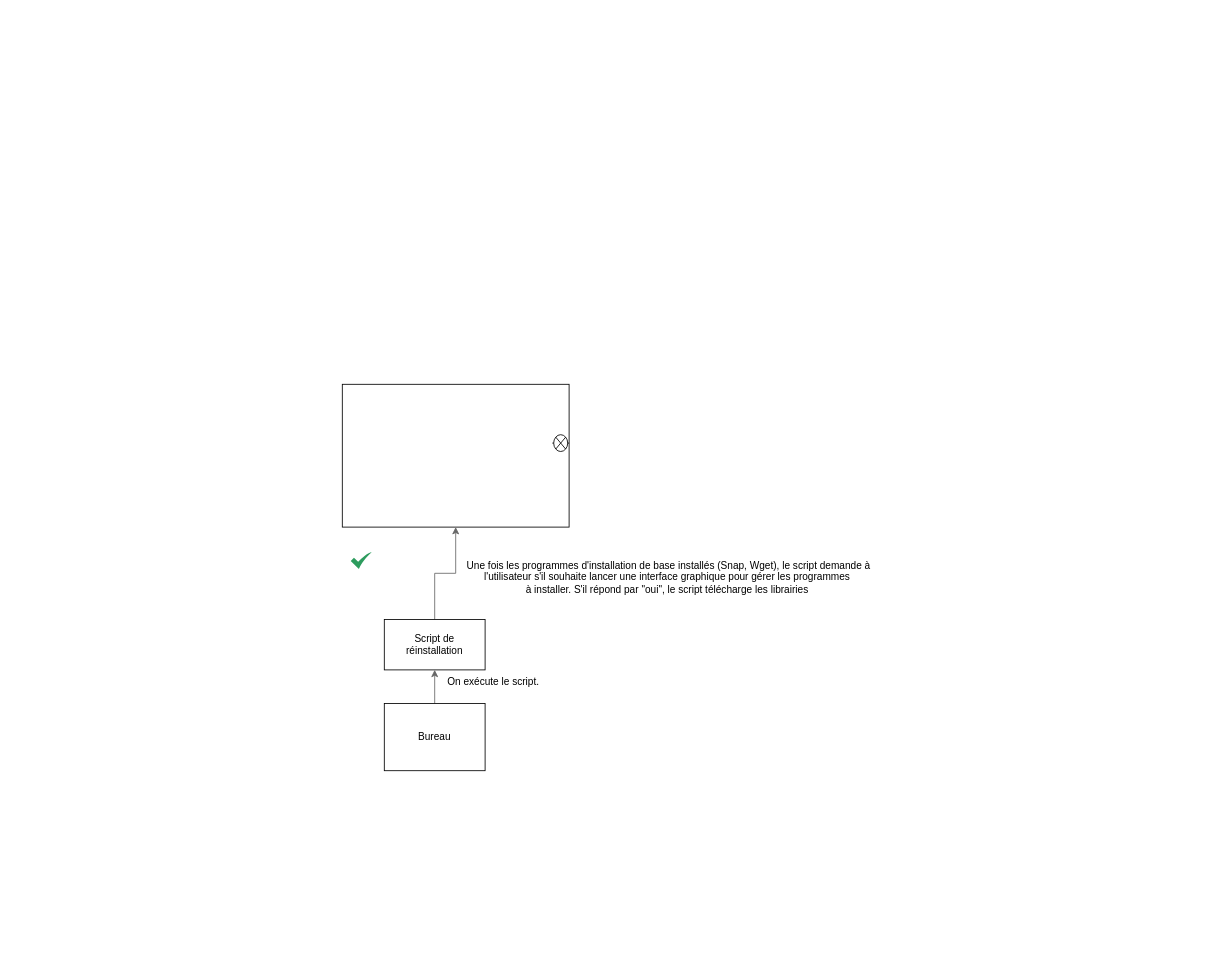
Before: GUI/Interface graphique.drawio in DimitriObeid/Linux-reinstall, a draw.io diagram. Source tidied: cells renumbered, new cells numbered last; positions are measured from the earlier drawing's top-left corner, leaving out a move shared by most shapes. Both pictures are drawn from the tidied source at 84%, with x=0, y=0 at pixel (342, 384).
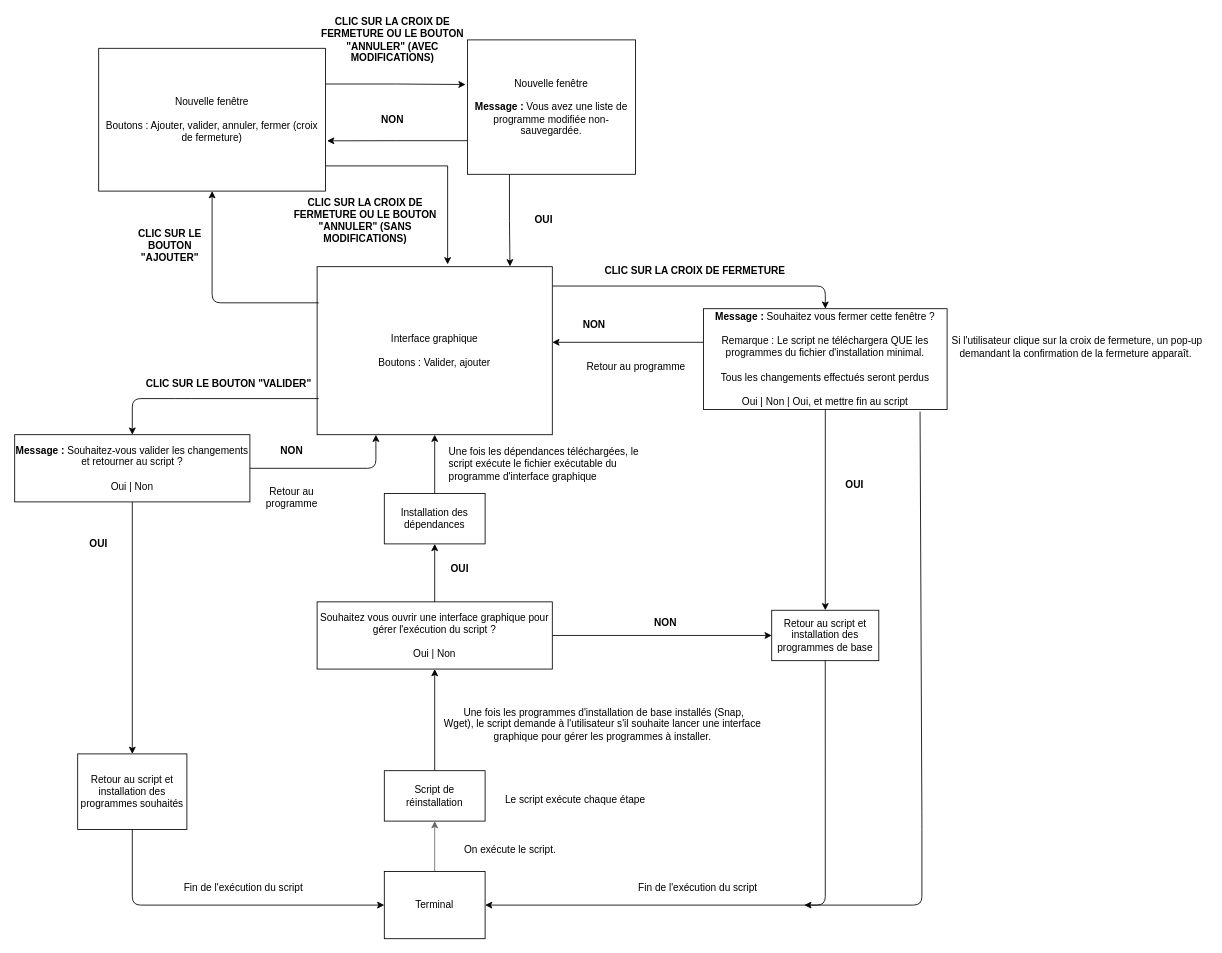
The same diagram, later.

Commit message:
Grosse avancée dans le dessin du schéma de l'interface graphique

Diff of the diagram source:
```diff
@@
-    <mxCell id="3" value="Bureau" style="rounded=0;whiteSpace=wrap;html=1;" parent="1" vertex="1">
-      <mxGeometry x="50" y="380" width="120" height="80" as="geometry" />
+    <mxCell id="3" value="Terminal" style="rounded=0;whiteSpace=wrap;html=1;" parent="1" vertex="1">
+      <mxGeometry x="50" y="580" width="120" height="80" as="geometry" />
     </mxCell>
-    <mxCell id="4" style="edgeStyle=orthogonalEdgeStyle;rounded=0;jettySize=auto;html=1;fillColor=#f5f5f5;strokeColor=#666666;" parent="1" edge="1" source="5" target="6">
-      <mxGeometry relative="1" as="geometry" />
-    </mxCell>
+    <mxCell id="11" style="edgeStyle=orthogonalEdgeStyle;rounded=0;jettySize=auto;html=1;" parent="1" edge="1" source="5" target="13">
+      <mxGeometry relative="1" as="geometry" />
+    </mxCell>
     <mxCell id="5" value="Script de réinstallation" style="rounded=0;whiteSpace=wrap;html=1;" parent="1" vertex="1">
-      <mxGeometry x="50" y="280" width="120" height="60" as="geometry" />
+      <mxGeometry x="50" y="460" width="120" height="60" as="geometry" />
     </mxCell>
+    <mxCell id="12" style="edgeStyle=orthogonalEdgeStyle;rounded=0;jettySize=auto;html=1;entryX=0;entryY=0.5;entryDx=0;entryDy=0;" parent="1" edge="1" source="13" target="21">
+      <mxGeometry relative="1" as="geometry" />
+    </mxCell>
+    <mxCell id="13" value="Souhaitez vous ouvrir une interface graphique pour gérer l'exécution du script ?&lt;br&gt;&lt;br&gt;Oui | Non" style="rounded=0;whiteSpace=wrap;html=1;" parent="1" vertex="1">
+      <mxGeometry x="-30" y="259" width="280" height="80" as="geometry" />
+    </mxCell>
+    <mxCell id="14" style="edgeStyle=orthogonalEdgeStyle;rounded=0;jettySize=auto;html=1;" parent="1" edge="1" source="15" target="6">
+      <mxGeometry relative="1" as="geometry" />
+    </mxCell>
+    <mxCell id="15" value="Installation des dépendances" style="rounded=0;whiteSpace=wrap;html=1;" parent="1" vertex="1">
+      <mxGeometry x="50" y="130" width="120" height="60" as="geometry" />
+    </mxCell>
-    <mxCell id="6" style="rounded=0;whiteSpace=wrap;html=1;" parent="1" vertex="1">
-      <mxGeometry width="270" height="170" as="geometry" />
+    <mxCell id="6" value="Interface graphique&lt;br&gt;&lt;br&gt;Boutons : Valider, ajouter" style="rounded=0;whiteSpace=wrap;html=1;align=center;" parent="1" vertex="1">
+      <mxGeometry x="-30" y="-140" width="280" height="200" as="geometry" />
     </mxCell>
-    <mxCell id="7" style="html=1;strokeColor=none;shadow=0;align=center;verticalAlign=top;fillColor=#2D9C5E;shape=mxgraph.gcp2.check;" parent="1" vertex="1">
-      <mxGeometry x="10" y="200" width="25" height="20" as="geometry" />
-    </mxCell>
-    <mxCell id="8" style="verticalLabelPosition=bottom;shadow=0;dashed=0;align=center;html=1;verticalAlign=top;shape=mxgraph.electrical.miscellaneous.light_bulb;" parent="1" vertex="1">
-      <mxGeometry x="250" y="60" width="20" height="20" as="geometry" />
-    </mxCell>
     <mxCell id="9" value="On exécute le script." style="text;strokeColor=none;fillColor=none;align=center;verticalAlign=middle;whiteSpace=wrap;rounded=0;html=1;" parent="1" vertex="1">
-      <mxGeometry x="120" y="340" width="120" height="30" as="geometry" />
+      <mxGeometry x="140" y="540" width="120" height="30" as="geometry" />
     </mxCell>
-    <mxCell id="10" value="&amp;nbsp;Une fois les programmes d'installation de base installés (Snap, Wget), le script demande à l'utilisateur s'il souhaite lancer une interface graphique pour gérer les programmes à&amp;nbsp;installer. S'il répond par &quot;oui&quot;, le script télécharge les librairies" style="text;html=1;strokeColor=none;fillColor=none;align=center;verticalAlign=middle;whiteSpace=wrap;rounded=0;" parent="1" vertex="1">
-      <mxGeometry x="142" y="190" width="490" height="80" as="geometry" />
-    </mxCell>
+    <mxCell id="16" value="Une fois les dépendances téléchargées, le script exécute le fichier exécutable du programme d'interface graphique" style="text;html=1;strokeColor=none;fillColor=none;align=left;verticalAlign=middle;whiteSpace=wrap;rounded=0;" parent="1" vertex="1">
+      <mxGeometry x="125" y="60" width="240" height="70" as="geometry" />
+    </mxCell>
+    <mxCell id="17" value="Si l'utilisateur clique sur la croix de fermeture, un pop-up demandant la confirmation de la fermeture apparaît.&amp;nbsp;" style="text;html=1;strokeColor=none;fillColor=none;align=center;verticalAlign=middle;whiteSpace=wrap;rounded=0;" parent="1" vertex="1">
+      <mxGeometry x="720" y="-67" width="310" height="46.2" as="geometry" />
+    </mxCell>
+    <mxCell id="18" style="edgeStyle=orthogonalEdgeStyle;rounded=0;orthogonalLoop=1;jettySize=auto;html=1;exitX=0;exitY=0.5;exitDx=0;exitDy=0;" parent="1" edge="1">
+      <mxGeometry relative="1" as="geometry">
+        <mxPoint x="480" y="-50" as="sourcePoint" />
+        <mxPoint x="250" y="-50" as="targetPoint" />
+      </mxGeometry>
+    </mxCell>
+    <mxCell id="19" style="edgeStyle=orthogonalEdgeStyle;rounded=0;jettySize=auto;html=1;" parent="1" edge="1" source="20" target="21">
+      <mxGeometry relative="1" as="geometry" />
+    </mxCell>
+    <mxCell id="20" value="&lt;b&gt;Message :&lt;/b&gt; Souhaitez vous fermer cette fenêtre ?&lt;br&gt;&lt;br&gt;Remarque : Le script ne téléchargera QUE les programmes du fichier d'installation minimal.&lt;br&gt;&lt;br&gt;Tous les changements effectués seront perdus&lt;br&gt;&lt;br&gt;&lt;div&gt;Oui | Non | Oui, et mettre fin au script&lt;/div&gt;" style="rounded=0;whiteSpace=wrap;html=1;" parent="1" vertex="1">
+      <mxGeometry x="430" y="-90" width="290" height="120" as="geometry" />
+    </mxCell>
+    <mxCell id="21" value="Retour au script et installation des programmes de base" style="rounded=0;whiteSpace=wrap;html=1;" parent="1" vertex="1">
+      <mxGeometry x="511.2" y="269" width="127.5" height="60" as="geometry" />
+    </mxCell>
+    <mxCell id="22" style="endArrow=classic;html=1;entryX=0.5;entryY=0;entryDx=0;entryDy=0;exitX=1.001;exitY=0.115;exitDx=0;exitDy=0;exitPerimeter=0;" parent="1" edge="1" source="6" target="20">
+      <mxGeometry relative="1" as="geometry">
+        <Array as="points">
+          <mxPoint x="575" y="-117" />
+        </Array>
+      </mxGeometry>
+    </mxCell>
+    <mxCell id="23" value="&lt;b&gt;NON&lt;/b&gt;" style="text;html=1;strokeColor=none;fillColor=none;align=center;verticalAlign=middle;whiteSpace=wrap;rounded=0;" parent="1" vertex="1">
+      <mxGeometry x="280" y="-80" width="40" height="20" as="geometry" />
+    </mxCell>
+    <mxCell id="24" value="Retour au programme" style="text;html=1;strokeColor=none;fillColor=none;align=center;verticalAlign=middle;whiteSpace=wrap;rounded=0;" parent="1" vertex="1">
+      <mxGeometry x="290" y="-30" width="120" height="20" as="geometry" />
+    </mxCell>
+    <mxCell id="25" style="endArrow=classic;html=1;exitX=0.5;exitY=1;exitDx=0;exitDy=0;entryX=1;entryY=0.5;entryDx=0;entryDy=0;" parent="1" edge="1" source="21" target="3">
+      <mxGeometry relative="1" as="geometry">
+        <Array as="points">
+          <mxPoint x="575" y="620" />
+        </Array>
+      </mxGeometry>
+    </mxCell>
+    <mxCell id="26" style="endArrow=classic;html=1;entryX=0.5;entryY=1;entryDx=0;entryDy=0;exitX=0.5;exitY=0;exitDx=0;exitDy=0;" parent="1" edge="1" source="13" target="15">
+      <mxGeometry relative="1" as="geometry" />
+    </mxCell>
+    <mxCell id="27" value="&lt;div&gt;&lt;span&gt;&amp;nbsp;Une fois les programmes d'installation de base installés (Snap, Wget),&amp;nbsp;&lt;/span&gt;&lt;span&gt;le script demande à l'utilisateur s'il souhaite lancer une interface graphique pour gérer les programmes à&amp;nbsp;installer.&lt;/span&gt;&lt;/div&gt;" style="text;html=1;strokeColor=none;fillColor=none;align=center;verticalAlign=middle;whiteSpace=wrap;rounded=0;" parent="1" vertex="1">
+      <mxGeometry x="120" y="354.9" width="380" height="100" as="geometry" />
+    </mxCell>
+    <mxCell id="28" value="Le script exécute chaque étape" style="text;html=1;strokeColor=none;fillColor=none;align=center;verticalAlign=middle;whiteSpace=wrap;rounded=0;" parent="1" vertex="1">
+      <mxGeometry x="185" y="485" width="185" height="20" as="geometry" />
+    </mxCell>
+    <mxCell id="29" value="&lt;b&gt;NON&lt;/b&gt;" style="text;html=1;strokeColor=none;fillColor=none;align=center;verticalAlign=middle;whiteSpace=wrap;rounded=0;" parent="1" vertex="1">
+      <mxGeometry x="365" y="274" width="40" height="20" as="geometry" />
+    </mxCell>
+    <mxCell id="30" value="&lt;b&gt;OUI&lt;/b&gt;" style="text;html=1;strokeColor=none;fillColor=none;align=center;verticalAlign=middle;whiteSpace=wrap;rounded=0;" parent="1" vertex="1">
+      <mxGeometry x="590" y="110" width="40" height="20" as="geometry" />
+    </mxCell>
+    <mxCell id="31" value="&lt;b&gt;OUI&lt;/b&gt;" style="text;html=1;strokeColor=none;fillColor=none;align=center;verticalAlign=middle;whiteSpace=wrap;rounded=0;" parent="1" vertex="1">
+      <mxGeometry x="120" y="210" width="40" height="20" as="geometry" />
+    </mxCell>
+    <mxCell id="32" value="&lt;b&gt;CLIC SUR LA CROIX DE FERMETURE&lt;/b&gt;" style="text;html=1;strokeColor=none;fillColor=none;align=center;verticalAlign=middle;whiteSpace=wrap;rounded=0;" parent="1" vertex="1">
+      <mxGeometry x="300" y="-160" width="240" height="50" as="geometry" />
+    </mxCell>
+    <mxCell id="33" style="edgeStyle=orthogonalEdgeStyle;rounded=0;jettySize=auto;html=1;" parent="1" edge="1" source="34" target="35">
+      <mxGeometry relative="1" as="geometry" />
+    </mxCell>
+    <mxCell id="34" value="&lt;b&gt;Message :&lt;/b&gt; Souhaitez-vous valider les changements et retourner au script ?&lt;br&gt;&lt;br&gt;Oui | Non" style="rounded=0;whiteSpace=wrap;html=1;" parent="1" vertex="1">
+      <mxGeometry x="-390" y="60" width="280" height="80" as="geometry" />
+    </mxCell>
+    <mxCell id="35" value="Retour au script et installation des programmes souhaités" style="rounded=0;whiteSpace=wrap;html=1;" parent="1" vertex="1">
+      <mxGeometry x="-315" y="440" width="130" height="90" as="geometry" />
+    </mxCell>
+    <mxCell id="36" style="endArrow=classic;html=1;exitX=0.007;exitY=0.785;exitDx=0;exitDy=0;exitPerimeter=0;entryX=0.5;entryY=0;entryDx=0;entryDy=0;" parent="1" edge="1" source="6" target="34">
+      <mxGeometry relative="1" as="geometry">
+        <Array as="points">
+          <mxPoint x="-190" y="17" />
+          <mxPoint x="-250" y="17" />
+        </Array>
+      </mxGeometry>
+    </mxCell>
+    <mxCell id="37" value="&lt;b&gt;CLIC SUR LE BOUTON &quot;VALIDER&quot;&lt;/b&gt;" style="text;html=1;strokeColor=none;fillColor=none;align=center;verticalAlign=middle;whiteSpace=wrap;rounded=0;" parent="1" vertex="1">
+      <mxGeometry x="-240" y="-10" width="210" height="20" as="geometry" />
+    </mxCell>
+    <mxCell id="38" style="endArrow=classic;html=1;exitX=1;exitY=0.5;exitDx=0;exitDy=0;entryX=0.25;entryY=1;entryDx=0;entryDy=0;" parent="1" edge="1" source="34" target="6">
+      <mxGeometry relative="1" as="geometry">
+        <Array as="points">
+          <mxPoint x="40" y="100" />
+        </Array>
+      </mxGeometry>
+    </mxCell>
+    <mxCell id="39" value="&lt;b&gt;NON&lt;/b&gt;" style="text;html=1;strokeColor=none;fillColor=none;align=center;verticalAlign=middle;whiteSpace=wrap;rounded=0;" parent="1" vertex="1">
+      <mxGeometry x="-80" y="70" width="40" height="20" as="geometry" />
+    </mxCell>
+    <mxCell id="40" value="Retour au programme" style="text;html=1;strokeColor=none;fillColor=none;align=center;verticalAlign=middle;whiteSpace=wrap;rounded=0;" parent="1" vertex="1">
+      <mxGeometry x="-100" y="110" width="80" height="50" as="geometry" />
+    </mxCell>
+    <mxCell id="41" value="&lt;b&gt;OUI&lt;/b&gt;" style="text;html=1;strokeColor=none;fillColor=none;align=center;verticalAlign=middle;whiteSpace=wrap;rounded=0;" parent="1" vertex="1">
+      <mxGeometry x="-310" y="180" width="40" height="20" as="geometry" />
+    </mxCell>
+    <mxCell id="42" style="endArrow=classic;html=1;exitX=0.5;exitY=1;exitDx=0;exitDy=0;entryX=0;entryY=0.5;entryDx=0;entryDy=0;" parent="1" edge="1" source="35" target="3">
+      <mxGeometry relative="1" as="geometry">
+        <Array as="points">
+          <mxPoint x="-250" y="620" />
+        </Array>
+      </mxGeometry>
+    </mxCell>
+    <mxCell id="43" value="Fin de l'exécution du script" style="text;html=1;strokeColor=none;fillColor=none;align=center;verticalAlign=middle;whiteSpace=wrap;rounded=0;" parent="1" vertex="1">
+      <mxGeometry x="-205" y="590" width="175" height="20" as="geometry" />
+    </mxCell>
+    <mxCell id="44" style="edgeStyle=orthogonalEdgeStyle;rounded=0;jettySize=auto;html=1;entryX=0.555;entryY=-0.014;entryDx=0;entryDy=0;entryPerimeter=0;" parent="1" edge="1" source="46" target="6">
+      <mxGeometry relative="1" as="geometry">
+        <Array as="points">
+          <mxPoint x="-155" y="-260" />
+          <mxPoint x="125" y="-260" />
+        </Array>
+      </mxGeometry>
+    </mxCell>
+    <mxCell id="45" style="edgeStyle=orthogonalEdgeStyle;rounded=0;jettySize=auto;html=1;exitX=1;exitY=0.25;exitDx=0;exitDy=0;entryX=-0.011;entryY=0.332;entryDx=0;entryDy=0;entryPerimeter=0;" parent="1" edge="1" source="46" target="53">
+      <mxGeometry relative="1" as="geometry" />
+    </mxCell>
+    <mxCell id="46" value="Nouvelle fenêtre&lt;br&gt;&lt;br&gt;Boutons : Ajouter, valider, annuler, fermer (croix de fermeture)" style="rounded=0;whiteSpace=wrap;html=1;" parent="1" vertex="1">
+      <mxGeometry x="-290" y="-400" width="270" height="170" as="geometry" />
+    </mxCell>
+    <mxCell id="47" style="endArrow=classic;html=1;exitX=0.007;exitY=0.215;exitDx=0;exitDy=0;exitPerimeter=0;entryX=0.5;entryY=1;entryDx=0;entryDy=0;" parent="1" edge="1" source="6" target="46">
+      <mxGeometry relative="1" as="geometry">
+        <Array as="points">
+          <mxPoint x="-155" y="-97" />
+        </Array>
+      </mxGeometry>
+    </mxCell>
+    <mxCell id="48" value="&lt;b&gt;CLIC SUR LA CROIX DE FERMETURE OU LE BOUTON &quot;ANNULER&quot; (SANS MODIFICATIONS)&lt;/b&gt;" style="text;html=1;strokeColor=none;fillColor=none;align=center;verticalAlign=middle;whiteSpace=wrap;rounded=0;" parent="1" vertex="1">
+      <mxGeometry x="-70" y="-240" width="195" height="90" as="geometry" />
+    </mxCell>
+    <mxCell id="49" value="&lt;b&gt;CLIC SUR LA CROIX DE FERMETURE OU LE BOUTON &quot;ANNULER&quot; (AVEC MODIFICATIONS)&lt;/b&gt;" style="text;html=1;strokeColor=none;fillColor=none;align=center;verticalAlign=middle;whiteSpace=wrap;rounded=0;" parent="1" vertex="1">
+      <mxGeometry x="-40" y="-440" width="200" height="60" as="geometry" />
+    </mxCell>
+    <mxCell id="50" value="&lt;b&gt;CLIC SUR LE BOUTON &quot;AJOUTER&quot;&lt;/b&gt;" style="text;html=1;strokeColor=none;fillColor=none;align=center;verticalAlign=middle;whiteSpace=wrap;rounded=0;" parent="1" vertex="1">
+      <mxGeometry x="-250" y="-200" width="90" height="70" as="geometry" />
+    </mxCell>
+    <mxCell id="51" style="edgeStyle=orthogonalEdgeStyle;rounded=0;jettySize=auto;html=1;exitX=0;exitY=0.75;exitDx=0;exitDy=0;entryX=1.007;entryY=0.648;entryDx=0;entryDy=0;entryPerimeter=0;" parent="1" edge="1" source="53" target="46">
+      <mxGeometry relative="1" as="geometry" />
+    </mxCell>
+    <mxCell id="52" style="edgeStyle=orthogonalEdgeStyle;rounded=0;jettySize=auto;html=1;exitX=0.25;exitY=1;exitDx=0;exitDy=0;entryX=0.82;entryY=-0.002;entryDx=0;entryDy=0;entryPerimeter=0;" parent="1" edge="1" source="53" target="6">
+      <mxGeometry relative="1" as="geometry" />
+    </mxCell>
+    <mxCell id="53" value="Nouvelle fenêtre&lt;br&gt;&lt;br&gt;&lt;b&gt;Message :&lt;/b&gt; Vous avez une liste de programme modifiée non-sauvegardée." style="rounded=0;whiteSpace=wrap;html=1;" parent="1" vertex="1">
+      <mxGeometry x="149" y="-410" width="200" height="160" as="geometry" />
+    </mxCell>
+    <mxCell id="54" value="&lt;b&gt;NON&lt;/b&gt;" style="text;html=1;strokeColor=none;fillColor=none;align=center;verticalAlign=middle;whiteSpace=wrap;rounded=0;" parent="1" vertex="1">
+      <mxGeometry x="40" y="-325" width="40" height="20" as="geometry" />
+    </mxCell>
+    <mxCell id="55" value="&lt;b&gt;OUI&lt;/b&gt;" style="text;html=1;strokeColor=none;fillColor=none;align=center;verticalAlign=middle;whiteSpace=wrap;rounded=0;" parent="1" vertex="1">
+      <mxGeometry x="220" y="-205" width="40" height="20" as="geometry" />
+    </mxCell>
+    <mxCell id="56" style="endArrow=classic;html=1;exitX=0.889;exitY=1.021;exitDx=0;exitDy=0;exitPerimeter=0;" parent="1" edge="1" source="20">
+      <mxGeometry relative="1" as="geometry">
+        <mxPoint x="550" y="620" as="targetPoint" />
+        <Array as="points">
+          <mxPoint x="690" y="520" />
+          <mxPoint x="690" y="620" />
+        </Array>
+      </mxGeometry>
+    </mxCell>
+    <mxCell id="57" value="Fin de l'exécution du script" style="text;html=1;strokeColor=none;fillColor=none;align=center;verticalAlign=middle;whiteSpace=wrap;rounded=0;" parent="1" vertex="1">
+      <mxGeometry x="336.2" y="590" width="175" height="20" as="geometry" />
+    </mxCell>
```
